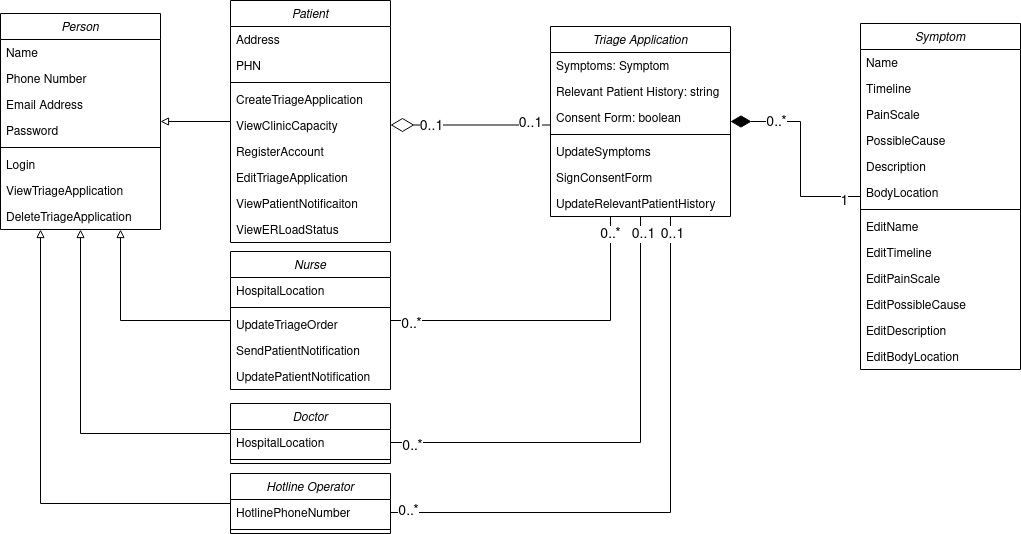
Earlier version of the draw.io export Milestone2/Diagrams/pngs/classdiagram.drawio.png (SENG-350-2024-fall/Team5). Source tidied: cells renumbered, new cells last; positions are measured from the earlier drawing's top-left corner, leaving out a move shared by most shapes.
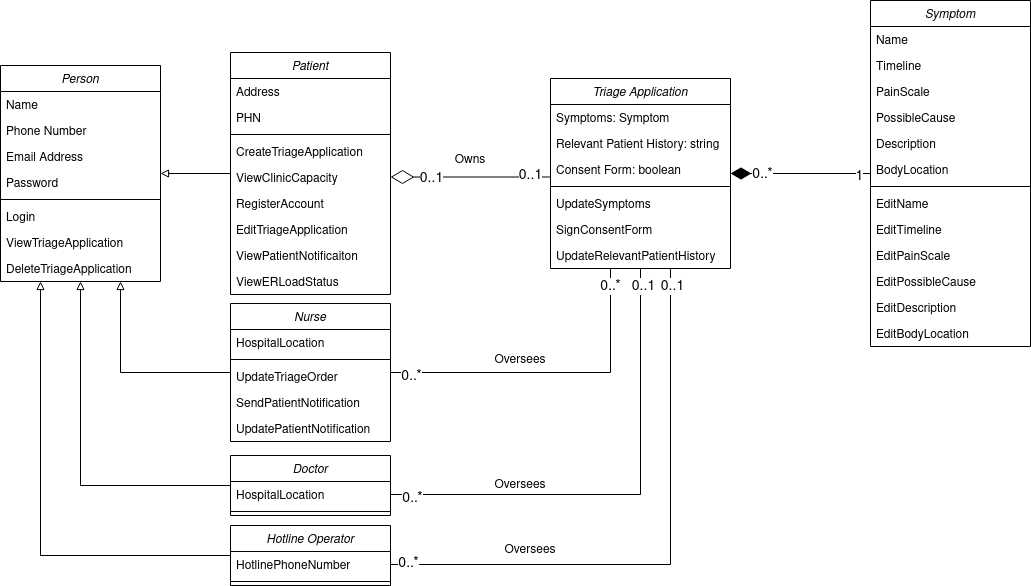
The same file after the commit.

What changed in the source:
```diff
@@ -162,10 +162,12 @@
       <mxGeometry x="0.56" relative="1" as="geometry" />
     </mxCell>
     <mxCell id="52" value="&lt;font style=&quot;font-size: 14px;&quot;&gt;1&lt;/font&gt;" style="edgeLabel;html=1;align=center;verticalAlign=middle;" parent="50" vertex="1">
-      <mxGeometry x="-0.83" y="4" relative="1" as="geometry" />
+      <mxGeometry x="-0.83" y="4" relative="1" as="geometry">
+        <mxPoint y="-2" as="offset" />
+      </mxGeometry>
     </mxCell>
     <mxCell id="53" value="Symptom" style="swimlane;fontStyle=2;align=center;verticalAlign=top;horizontal=1;startSize=26;rounded=0;shadow=0;strokeWidth=1;" parent="1" vertex="1">
-      <mxGeometry x="860" y="23" width="160" height="346" as="geometry" />
+      <mxGeometry x="870" y="-52" width="160" height="346" as="geometry" />
     </mxCell>
     <mxCell id="54" value="Name" style="text;align=left;verticalAlign=top;spacingLeft=4;spacingRight=4;overflow=hidden;rounded=0;shadow=0;html=0;" parent="53" vertex="1">
       <mxGeometry y="26" width="160" height="26" as="geometry" />
@@ -232,5 +234,17 @@
         <mxPoint y="-1" as="offset" />
       </mxGeometry>
     </mxCell>
+    <mxCell id="73" value="Owns" style="text;html=1;align=center;verticalAlign=middle;whiteSpace=wrap;rounded=0;" parent="1" vertex="1">
+      <mxGeometry x="440" y="93" width="60" height="30" as="geometry" />
+    </mxCell>
+    <mxCell id="74" value="Oversees" style="text;html=1;align=center;verticalAlign=middle;whiteSpace=wrap;rounded=0;" parent="1" vertex="1">
+      <mxGeometry x="490" y="293" width="60" height="30" as="geometry" />
+    </mxCell>
+    <mxCell id="75" value="Oversees" style="text;html=1;align=center;verticalAlign=middle;whiteSpace=wrap;rounded=0;" parent="1" vertex="1">
+      <mxGeometry x="490" y="418" width="60" height="30" as="geometry" />
+    </mxCell>
+    <mxCell id="76" value="Oversees" style="text;html=1;align=center;verticalAlign=middle;whiteSpace=wrap;rounded=0;" parent="1" vertex="1">
+      <mxGeometry x="500" y="483" width="60" height="30" as="geometry" />
+    </mxCell>
   </root>
 </mxGraphModel>
```
